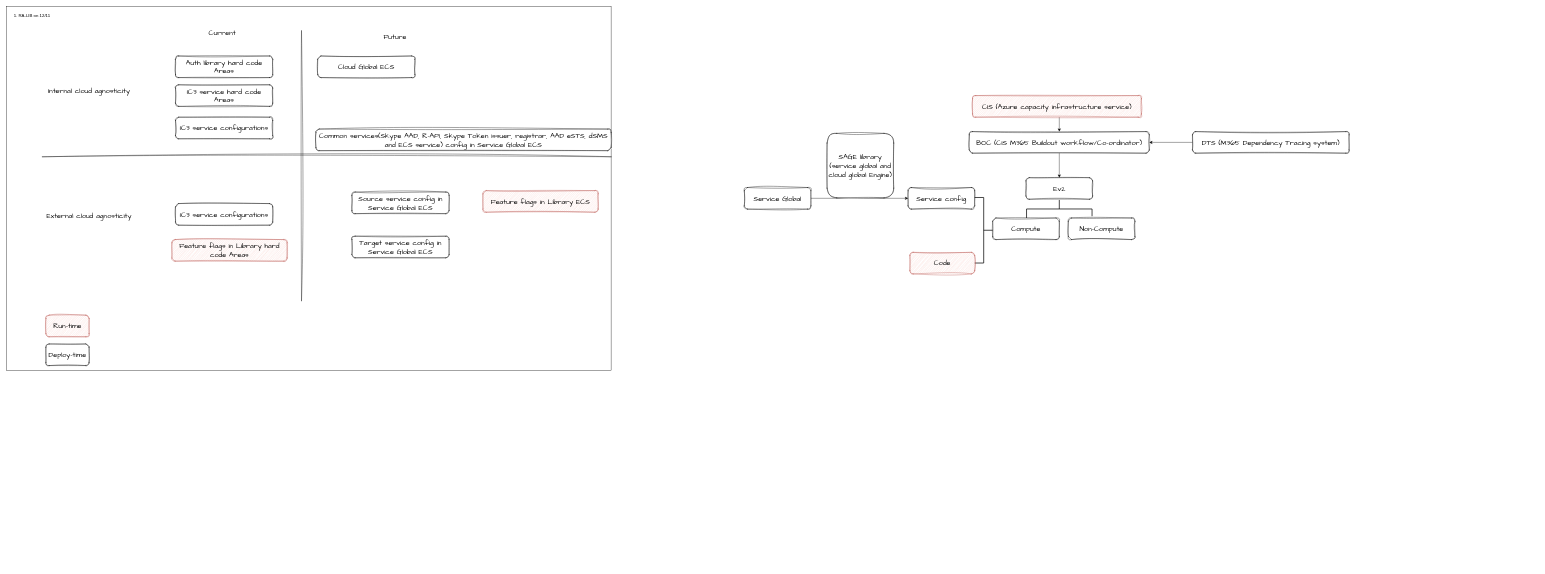
Before: page "RA-LIB Overview" (7 of 11) of buildout.drawio in nonly/timewheel, a draw.io diagram. Source tidied: cells renumbered, new cells numbered last; positions are measured from the earlier drawing's top-left corner, leaving out a move shared by most shapes. Both pictures are drawn from the tidied source at 36%, with x=0, y=0 at pixel (6, 6).
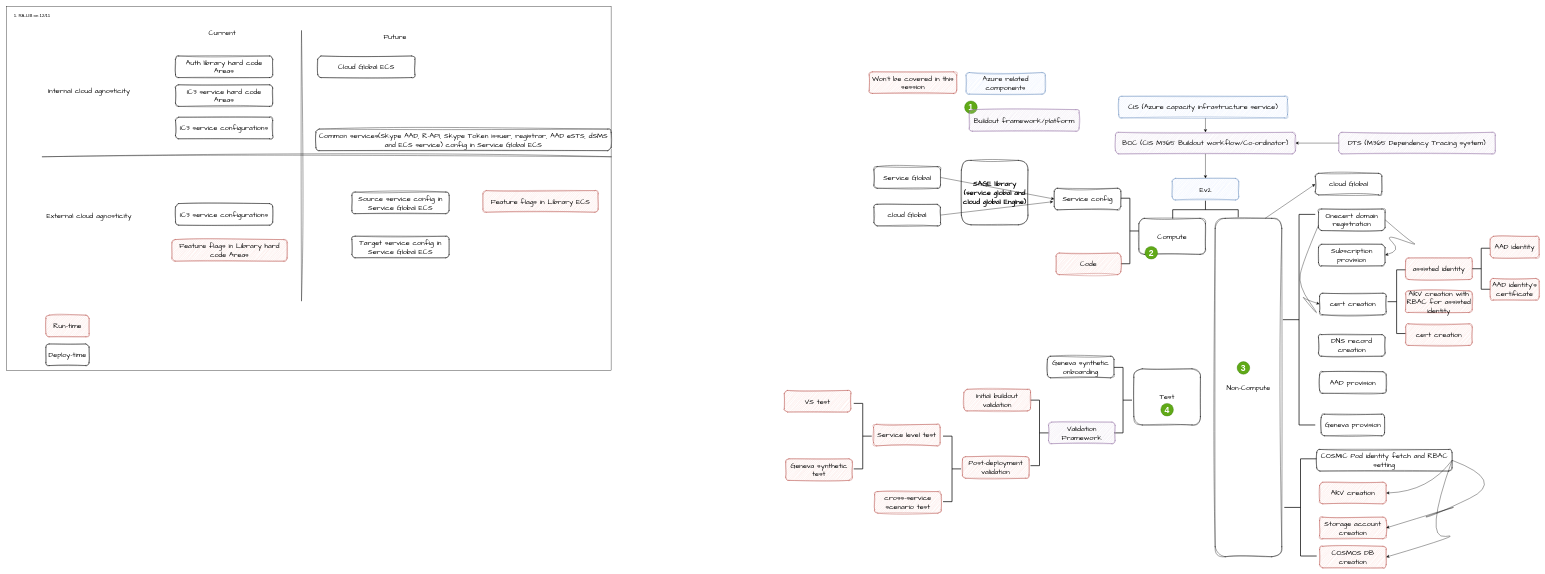
After the change.

Change to the diagram source:
```diff
@@
+    <mxCell id="36" value="&lt;b&gt;SAGE library (service global and cloud global Engine)&lt;/b&gt;" style="rounded=1;whiteSpace=wrap;html=1;sketch=1;hachureGap=4;jiggle=2;curveFitting=1;fontFamily=Architects Daughter;fontSize=20;" parent="1" vertex="1">
+      <mxGeometry x="2653" y="428" width="185" height="179" as="geometry" />
+    </mxCell>
@@
-    <mxCell id="22" value="BOC (CIS M365 Buildout workflow/Co-ordinator)" style="rounded=1;whiteSpace=wrap;html=1;sketch=1;hachureGap=4;jiggle=2;curveFitting=1;fontFamily=Architects Daughter;fontSize=20;" parent="1" vertex="1">
-      <mxGeometry x="2675" y="348" width="500" height="60" as="geometry" />
+    <mxCell id="22" value="BOC (CIS M365 Buildout workflow/Co-ordinator)" style="rounded=1;whiteSpace=wrap;html=1;sketch=1;hachureGap=4;jiggle=2;curveFitting=1;fontFamily=Architects Daughter;fontSize=20;fillColor=#e1d5e7;strokeColor=#9673a6;" parent="1" vertex="1">
+      <mxGeometry x="3081" y="350" width="500" height="60" as="geometry" />
     </mxCell>
     <mxCell id="23" style="endArrow=classic;html=1;rounded=0;exitX=0.5;exitY=1;exitDx=0;exitDy=0;entryX=0.5;entryY=0;entryDx=0;entryDy=0;" parent="1" edge="1" target="22">
       <mxGeometry relative="1" as="geometry">
-        <mxPoint x="2925" y="308" as="sourcePoint" />
+        <mxPoint x="3331" y="310" as="sourcePoint" />
       </mxGeometry>
     </mxCell>
-    <mxCell id="24" value="DTS (M365 Dependency Tracing system)" style="rounded=1;whiteSpace=wrap;html=1;sketch=1;hachureGap=4;jiggle=2;curveFitting=1;fontFamily=Architects Daughter;fontSize=20;" parent="1" vertex="1">
-      <mxGeometry x="3295" y="348" width="435" height="60" as="geometry" />
+    <mxCell id="24" value="DTS (M365 Dependency Tracing system)" style="rounded=1;whiteSpace=wrap;html=1;sketch=1;hachureGap=4;jiggle=2;curveFitting=1;fontFamily=Architects Daughter;fontSize=20;fillColor=#e1d5e7;strokeColor=#9673a6;" parent="1" vertex="1">
+      <mxGeometry x="3701" y="350" width="435" height="60" as="geometry" />
     </mxCell>
@@
-    <mxCell id="26" value="Ev2" style="rounded=1;whiteSpace=wrap;html=1;sketch=1;hachureGap=4;jiggle=2;curveFitting=1;fontFamily=Architects Daughter;fontSize=20;" parent="1" vertex="1">
-      <mxGeometry x="2832.5" y="476" width="185" height="60" as="geometry" />
+    <mxCell id="26" value="Ev2" style="rounded=1;whiteSpace=wrap;html=1;sketch=1;hachureGap=4;jiggle=2;curveFitting=1;fontFamily=Architects Daughter;fontSize=20;fillColor=#dae8fc;strokeColor=#6c8ebf;" parent="1" vertex="1">
+      <mxGeometry x="3238.5" y="478" width="185" height="60" as="geometry" />
     </mxCell>
@@
     <mxCell id="28" style="strokeWidth=2;html=1;shape=mxgraph.flowchart.annotation_2;align=left;labelPosition=right;rotation=90;" parent="1" vertex="1">
-      <mxGeometry x="2900" y="472" width="50" height="182" as="geometry" />
+      <mxGeometry x="3306" y="474" width="50" height="182" as="geometry" />
     </mxCell>
     <mxCell id="29" value="Compute" style="rounded=1;whiteSpace=wrap;html=1;sketch=1;hachureGap=4;jiggle=2;curveFitting=1;fontFamily=Architects Daughter;fontSize=20;" parent="1" vertex="1">
-      <mxGeometry x="2740" y="588" width="185" height="60" as="geometry" />
+      <mxGeometry x="3146" y="589" width="185" height="100" as="geometry" />
     </mxCell>
     <mxCell id="30" value="Non-Compute" style="rounded=1;whiteSpace=wrap;html=1;sketch=1;hachureGap=4;jiggle=2;curveFitting=1;fontFamily=Architects Daughter;fontSize=20;" parent="1" vertex="1">
-      <mxGeometry x="2950" y="588" width="185" height="60" as="geometry" />
+      <mxGeometry x="3358" y="589" width="185" height="940" as="geometry" />
     </mxCell>
     <mxCell id="31" value="Service config" style="rounded=1;whiteSpace=wrap;html=1;sketch=1;hachureGap=4;jiggle=2;curveFitting=1;fontFamily=Architects Daughter;fontSize=20;" parent="1" vertex="1">
-      <mxGeometry x="2505" y="503.4" width="185" height="60" as="geometry" />
+      <mxGeometry x="2911" y="505.4" width="185" height="60" as="geometry" />
     </mxCell>
     <mxCell id="32" style="strokeWidth=2;html=1;shape=mxgraph.flowchart.annotation_2;align=left;labelPosition=right;rotation=-180;" parent="1" vertex="1">
-      <mxGeometry x="2690" y="531.1" width="50" height="182" as="geometry" />
+      <mxGeometry x="3096" y="533.1" width="50" height="182" as="geometry" />
     </mxCell>
     <mxCell id="33" value="Code" style="rounded=1;whiteSpace=wrap;html=1;sketch=1;hachureGap=4;jiggle=2;curveFitting=1;fontFamily=Architects Daughter;fontSize=20;fillColor=#f8cecc;strokeColor=#b85450;" parent="1" vertex="1">
-      <mxGeometry x="2510" y="683.4" width="180" height="60" as="geometry" />
+      <mxGeometry x="2916" y="685.4" width="180" height="60" as="geometry" />
     </mxCell>
     <mxCell id="34" value="Service Global" style="rounded=1;whiteSpace=wrap;html=1;sketch=1;hachureGap=4;jiggle=2;curveFitting=1;fontFamily=Architects Daughter;fontSize=20;" parent="1" vertex="1">
-      <mxGeometry x="2050" y="503.4" width="185" height="60" as="geometry" />
+      <mxGeometry x="2410" y="445.4" width="185" height="60" as="geometry" />
     </mxCell>
@@
-    <mxCell id="36" value="SAGE library (service global and cloud global Engine)" style="rounded=1;whiteSpace=wrap;html=1;sketch=1;hachureGap=4;jiggle=2;curveFitting=1;fontFamily=Architects Daughter;fontSize=20;" parent="1" vertex="1">
-      <mxGeometry x="2280" y="353" width="185" height="179" as="geometry" />
-    </mxCell>
-    <mxCell id="37" value="CIS (Azure capacity infrastructure service)" style="rounded=1;whiteSpace=wrap;html=1;sketch=1;hachureGap=4;jiggle=2;curveFitting=1;fontFamily=Architects Daughter;fontSize=20;fillColor=#f8cecc;strokeColor=#b85450;" parent="1" vertex="1">
-      <mxGeometry x="2684" y="248" width="469" height="60" as="geometry" />
+    <mxCell id="37" value="CIS (Azure capacity infrastructure service)" style="rounded=1;whiteSpace=wrap;html=1;sketch=1;hachureGap=4;jiggle=2;curveFitting=1;fontFamily=Architects Daughter;fontSize=20;fillColor=#dae8fc;strokeColor=#6c8ebf;" parent="1" vertex="1">
+      <mxGeometry x="3090" y="250" width="469" height="60" as="geometry" />
     </mxCell>
+    <mxCell id="38" value="cloud Global" style="rounded=1;whiteSpace=wrap;html=1;sketch=1;hachureGap=4;jiggle=2;curveFitting=1;fontFamily=Architects Daughter;fontSize=20;" parent="1" vertex="1">
+      <mxGeometry x="2410" y="550" width="185" height="60" as="geometry" />
+    </mxCell>
+    <mxCell id="39" style="endArrow=classic;html=1;rounded=0;exitX=1;exitY=0.5;exitDx=0;exitDy=0;entryX=-0.016;entryY=0.621;entryDx=0;entryDy=0;entryPerimeter=0;" parent="1" edge="1" source="38" target="31">
+      <mxGeometry relative="1" as="geometry" />
+    </mxCell>
+    <mxCell id="40" value="Onecert domain registration" style="rounded=1;whiteSpace=wrap;html=1;sketch=1;hachureGap=4;jiggle=2;curveFitting=1;fontFamily=Architects Daughter;fontSize=20;" parent="1" vertex="1">
+      <mxGeometry x="3645" y="563" width="185" height="60" as="geometry" />
+    </mxCell>
+    <mxCell id="41" value="Subscription provision" style="rounded=1;whiteSpace=wrap;html=1;sketch=1;hachureGap=4;jiggle=2;curveFitting=1;fontFamily=Architects Daughter;fontSize=20;" parent="1" vertex="1">
+      <mxGeometry x="3645" y="661" width="185" height="60" as="geometry" />
+    </mxCell>
+    <mxCell id="42" value="cert creation" style="rounded=1;whiteSpace=wrap;html=1;sketch=1;hachureGap=4;jiggle=2;curveFitting=1;fontFamily=Architects Daughter;fontSize=20;" parent="1" vertex="1">
+      <mxGeometry x="3648" y="797" width="185" height="60" as="geometry" />
+    </mxCell>
+    <mxCell id="43" style="curved=1;endArrow=classic;html=1;rounded=0;exitX=1;exitY=0.5;exitDx=0;exitDy=0;entryX=1;entryY=0.5;entryDx=0;entryDy=0;" parent="1" edge="1" source="40" target="41">
+      <mxGeometry relative="1" as="geometry">
+        <Array as="points">
+          <mxPoint x="3893" y="648" />
+          <mxPoint x="3925" y="667" />
+          <mxPoint x="3825" y="631" />
+          <mxPoint x="3875" y="679" />
+        </Array>
+      </mxGeometry>
+    </mxCell>
+    <mxCell id="44" style="curved=1;endArrow=classic;html=1;rounded=0;exitX=0;exitY=0.75;exitDx=0;exitDy=0;entryX=0;entryY=0.5;entryDx=0;entryDy=0;" parent="1" edge="1" source="40" target="42">
+      <mxGeometry relative="1" as="geometry">
+        <Array as="points">
+          <mxPoint x="3601" y="711" />
+          <mxPoint x="3588" y="776" />
+          <mxPoint x="3655" y="871" />
+          <mxPoint x="3597" y="803" />
+          <mxPoint x="3610" y="815" />
+        </Array>
+      </mxGeometry>
+    </mxCell>
+    <mxCell id="45" style="strokeWidth=2;html=1;shape=mxgraph.flowchart.annotation_2;align=left;labelPosition=right;rotation=0;" parent="1" vertex="1">
+      <mxGeometry x="3837" y="732" width="50" height="177" as="geometry" />
+    </mxCell>
+    <mxCell id="46" value="assisted identity" style="rounded=1;whiteSpace=wrap;html=1;sketch=1;hachureGap=4;jiggle=2;curveFitting=1;fontFamily=Architects Daughter;fontSize=20;fillColor=#f8cecc;strokeColor=#b85450;" parent="1" vertex="1">
+      <mxGeometry x="3887" y="699" width="185" height="60" as="geometry" />
+    </mxCell>
+    <mxCell id="47" style="strokeWidth=2;html=1;shape=mxgraph.flowchart.annotation_2;align=left;labelPosition=right;rotation=0;" parent="1" vertex="1">
+      <mxGeometry x="4072" y="672" width="50" height="114" as="geometry" />
+    </mxCell>
+    <mxCell id="48" value="AAD identity" style="rounded=1;whiteSpace=wrap;html=1;sketch=1;hachureGap=4;jiggle=2;curveFitting=1;fontFamily=Architects Daughter;fontSize=20;fillColor=#f8cecc;strokeColor=#b85450;" parent="1" vertex="1">
+      <mxGeometry x="4122" y="639" width="136" height="60" as="geometry" />
+    </mxCell>
+    <mxCell id="49" value="AAD identity's certificate" style="rounded=1;whiteSpace=wrap;html=1;sketch=1;hachureGap=4;jiggle=2;curveFitting=1;fontFamily=Architects Daughter;fontSize=20;fillColor=#f8cecc;strokeColor=#b85450;" parent="1" vertex="1">
+      <mxGeometry x="4122" y="756" width="136" height="60" as="geometry" />
+    </mxCell>
+    <mxCell id="50" value="AKV creation with RBAC for assisted identity" style="rounded=1;whiteSpace=wrap;html=1;sketch=1;hachureGap=4;jiggle=2;curveFitting=1;fontFamily=Architects Daughter;fontSize=20;fillColor=#f8cecc;strokeColor=#b85450;" parent="1" vertex="1">
+      <mxGeometry x="3887" y="790.5" width="185" height="60" as="geometry" />
+    </mxCell>
+    <mxCell id="51" value="cert creation" style="rounded=1;whiteSpace=wrap;html=1;sketch=1;hachureGap=4;jiggle=2;curveFitting=1;fontFamily=Architects Daughter;fontSize=20;fillColor=#f8cecc;strokeColor=#b85450;" parent="1" vertex="1">
+      <mxGeometry x="3887" y="882" width="185" height="60" as="geometry" />
+    </mxCell>
+    <mxCell id="52" value="DNS record creation" style="rounded=1;whiteSpace=wrap;html=1;sketch=1;hachureGap=4;jiggle=2;curveFitting=1;fontFamily=Architects Daughter;fontSize=20;" parent="1" vertex="1">
+      <mxGeometry x="3645" y="912" width="185" height="60" as="geometry" />
+    </mxCell>
+    <mxCell id="53" value="AAD provision" style="rounded=1;whiteSpace=wrap;html=1;sketch=1;hachureGap=4;jiggle=2;curveFitting=1;fontFamily=Architects Daughter;fontSize=20;" parent="1" vertex="1">
+      <mxGeometry x="3648" y="1015" width="185" height="60" as="geometry" />
+    </mxCell>
+    <mxCell id="54" value="Geneva provision" style="rounded=1;whiteSpace=wrap;html=1;sketch=1;hachureGap=4;jiggle=2;curveFitting=1;fontFamily=Architects Daughter;fontSize=20;" parent="1" vertex="1">
+      <mxGeometry x="3652.5" y="1133" width="176" height="60" as="geometry" />
+    </mxCell>
+    <mxCell id="55" style="strokeWidth=2;html=1;shape=mxgraph.flowchart.annotation_2;align=left;labelPosition=right;" parent="1" vertex="1">
+      <mxGeometry x="3546" y="578" width="90" height="585" as="geometry" />
+    </mxCell>
+    <mxCell id="56" style="strokeWidth=2;html=1;shape=mxgraph.flowchart.annotation_2;align=left;labelPosition=right;" parent="1" vertex="1">
+      <mxGeometry x="3550" y="1257" width="90" height="270" as="geometry" />
+    </mxCell>
+    <mxCell id="57" value="COSMOS DB creation" style="rounded=1;whiteSpace=wrap;html=1;sketch=1;hachureGap=4;jiggle=2;curveFitting=1;fontFamily=Architects Daughter;fontSize=20;fillColor=#f8cecc;strokeColor=#b85450;" parent="1" vertex="1">
+      <mxGeometry x="3648" y="1500" width="185" height="60" as="geometry" />
+    </mxCell>
+    <mxCell id="58" value="Storage account creation" style="rounded=1;whiteSpace=wrap;html=1;sketch=1;hachureGap=4;jiggle=2;curveFitting=1;fontFamily=Architects Daughter;fontSize=20;fillColor=#f8cecc;strokeColor=#b85450;" parent="1" vertex="1">
+      <mxGeometry x="3648" y="1419" width="185" height="60" as="geometry" />
+    </mxCell>
+    <mxCell id="59" value="COSMIC Pod identity fetch and RBAC setting" style="rounded=1;whiteSpace=wrap;html=1;sketch=1;hachureGap=4;jiggle=2;curveFitting=1;fontFamily=Architects Daughter;fontSize=20;" parent="1" vertex="1">
+      <mxGeometry x="3640" y="1231" width="376" height="60" as="geometry" />
+    </mxCell>
+    <mxCell id="60" value="AKV creation" style="rounded=1;whiteSpace=wrap;html=1;sketch=1;hachureGap=4;jiggle=2;curveFitting=1;fontFamily=Architects Daughter;fontSize=20;fillColor=#f8cecc;strokeColor=#b85450;" parent="1" vertex="1">
+      <mxGeometry x="3648" y="1322" width="185" height="60" as="geometry" />
+    </mxCell>
+    <mxCell id="61" style="curved=1;endArrow=classic;html=1;rounded=0;exitX=1;exitY=0.5;exitDx=0;exitDy=0;entryX=1;entryY=0.5;entryDx=0;entryDy=0;" parent="1" edge="1" source="59" target="60">
+      <mxGeometry relative="1" as="geometry">
+        <Array as="points">
+          <mxPoint x="3951" y="1348" />
+        </Array>
+      </mxGeometry>
+    </mxCell>
+    <mxCell id="62" style="curved=1;endArrow=classic;html=1;rounded=0;exitX=1;exitY=0.5;exitDx=0;exitDy=0;entryX=1;entryY=0.5;entryDx=0;entryDy=0;" parent="1" edge="1" source="59" target="58">
+      <mxGeometry relative="1" as="geometry">
+        <Array as="points">
+          <mxPoint x="4167" y="1318" />
+          <mxPoint x="3962" y="1416" />
+          <mxPoint x="3930" y="1421" />
+          <mxPoint x="4076" y="1374" />
+        </Array>
+      </mxGeometry>
+    </mxCell>
+    <mxCell id="63" style="curved=1;endArrow=classic;html=1;rounded=0;exitX=1;exitY=0.5;exitDx=0;exitDy=0;entryX=1;entryY=0.5;entryDx=0;entryDy=0;" parent="1" edge="1" source="59" target="57">
+      <mxGeometry relative="1" as="geometry">
+        <Array as="points">
+          <mxPoint x="3937" y="1482" />
+          <mxPoint x="4059" y="1463" />
+        </Array>
+      </mxGeometry>
+    </mxCell>
+    <mxCell id="64" value="Test" style="rounded=1;whiteSpace=wrap;html=1;sketch=1;hachureGap=4;jiggle=2;curveFitting=1;fontFamily=Architects Daughter;fontSize=20;" parent="1" vertex="1">
+      <mxGeometry x="3132" y="1007" width="185" height="156" as="geometry" />
+    </mxCell>
+    <mxCell id="65" style="strokeWidth=2;html=1;shape=mxgraph.flowchart.annotation_2;align=left;labelPosition=right;rotation=-180;" parent="1" vertex="1">
+      <mxGeometry x="3077" y="1003" width="50" height="182" as="geometry" />
+    </mxCell>
+    <mxCell id="66" value="Geneva synthetic onboarding" style="rounded=1;whiteSpace=wrap;html=1;sketch=1;hachureGap=4;jiggle=2;curveFitting=1;fontFamily=Architects Daughter;fontSize=20;" parent="1" vertex="1">
+      <mxGeometry x="2892" y="972" width="185" height="60" as="geometry" />
+    </mxCell>
+    <mxCell id="67" value="Validation Framework" style="rounded=1;whiteSpace=wrap;html=1;sketch=1;hachureGap=4;jiggle=2;curveFitting=1;fontFamily=Architects Daughter;fontSize=20;fillColor=#e1d5e7;strokeColor=#9673a6;" parent="1" vertex="1">
+      <mxGeometry x="2895" y="1155" width="185" height="60" as="geometry" />
+    </mxCell>
+    <mxCell id="68" style="strokeWidth=2;html=1;shape=mxgraph.flowchart.annotation_2;align=left;labelPosition=right;rotation=-180;" parent="1" vertex="1">
+      <mxGeometry x="2845" y="1094" width="50" height="182" as="geometry" />
+    </mxCell>
+    <mxCell id="69" value="Initial buildout validation" style="rounded=1;whiteSpace=wrap;html=1;sketch=1;hachureGap=4;jiggle=2;curveFitting=1;fontFamily=Architects Daughter;fontSize=20;fillColor=#f8cecc;strokeColor=#b85450;" parent="1" vertex="1">
+      <mxGeometry x="2660" y="1064" width="185" height="60" as="geometry" />
+    </mxCell>
+    <mxCell id="70" value="Service level test" style="rounded=1;whiteSpace=wrap;html=1;sketch=1;hachureGap=4;jiggle=2;curveFitting=1;fontFamily=Architects Daughter;fontSize=20;fillColor=#f8cecc;strokeColor=#b85450;" parent="1" vertex="1">
+      <mxGeometry x="2409" y="1161" width="185" height="60" as="geometry" />
+    </mxCell>
+    <mxCell id="71" value="Post-deployment validation" style="rounded=1;whiteSpace=wrap;html=1;sketch=1;hachureGap=4;jiggle=2;curveFitting=1;fontFamily=Architects Daughter;fontSize=20;fillColor=#f8cecc;strokeColor=#b85450;" parent="1" vertex="1">
+      <mxGeometry x="2656" y="1251" width="185" height="60" as="geometry" />
+    </mxCell>
+    <mxCell id="72" style="strokeWidth=2;html=1;shape=mxgraph.flowchart.annotation_2;align=left;labelPosition=right;rotation=-180;" parent="1" vertex="1">
+      <mxGeometry x="2602" y="1194" width="50" height="182" as="geometry" />
+    </mxCell>
+    <mxCell id="73" value="cross-service scenario test" style="rounded=1;whiteSpace=wrap;html=1;sketch=1;hachureGap=4;jiggle=2;curveFitting=1;fontFamily=Architects Daughter;fontSize=20;fillColor=#f8cecc;strokeColor=#b85450;" parent="1" vertex="1">
+      <mxGeometry x="2412" y="1348" width="185" height="60" as="geometry" />
+    </mxCell>
+    <mxCell id="74" style="strokeWidth=2;html=1;shape=mxgraph.flowchart.annotation_2;align=left;labelPosition=right;rotation=-180;" parent="1" vertex="1">
+      <mxGeometry x="2354" y="1103" width="50" height="182" as="geometry" />
+    </mxCell>
+    <mxCell id="75" value="VS test" style="rounded=1;whiteSpace=wrap;html=1;sketch=1;hachureGap=4;jiggle=2;curveFitting=1;fontFamily=Architects Daughter;fontSize=20;fillColor=#f8cecc;strokeColor=#b85450;" parent="1" vertex="1">
+      <mxGeometry x="2161" y="1067" width="185" height="60" as="geometry" />
+    </mxCell>
+    <mxCell id="76" value="Geneva synthetic test" style="rounded=1;whiteSpace=wrap;html=1;sketch=1;hachureGap=4;jiggle=2;curveFitting=1;fontFamily=Architects Daughter;fontSize=20;fillColor=#f8cecc;strokeColor=#b85450;" parent="1" vertex="1">
+      <mxGeometry x="2165" y="1257" width="185" height="60" as="geometry" />
+    </mxCell>
+    <mxCell id="77" value="&lt;font size=&quot;1&quot; style=&quot;&quot;&gt;&lt;b style=&quot;font-size: 24px;&quot;&gt;2&lt;/b&gt;&lt;/font&gt;" style="ellipse;whiteSpace=wrap;html=1;strokeWidth=1;fillColor=#60a917;fontColor=#ffffff;strokeColor=#2D7600;" parent="1" vertex="1">
+      <mxGeometry x="3163" y="667" width="35" height="35" as="geometry" />
+    </mxCell>
+    <mxCell id="78" value="&lt;font size=&quot;1&quot; style=&quot;&quot;&gt;&lt;b style=&quot;font-size: 24px;&quot;&gt;3&lt;/b&gt;&lt;/font&gt;" style="ellipse;whiteSpace=wrap;html=1;strokeWidth=1;fillColor=#60a917;fontColor=#ffffff;strokeColor=#2D7600;" parent="1" vertex="1">
+      <mxGeometry x="3419" y="987" width="35" height="35" as="geometry" />
+    </mxCell>
+    <mxCell id="79" value="&lt;font size=&quot;1&quot; style=&quot;&quot;&gt;&lt;b style=&quot;font-size: 24px;&quot;&gt;4&lt;/b&gt;&lt;/font&gt;" style="ellipse;whiteSpace=wrap;html=1;strokeWidth=1;fillColor=#60a917;fontColor=#ffffff;strokeColor=#2D7600;" parent="1" vertex="1">
+      <mxGeometry x="3207" y="1103" width="35" height="35" as="geometry" />
+    </mxCell>
+    <mxCell id="80" value="cloud Global" style="rounded=1;whiteSpace=wrap;html=1;sketch=1;hachureGap=4;jiggle=2;curveFitting=1;fontFamily=Architects Daughter;fontSize=20;" parent="1" vertex="1">
+      <mxGeometry x="3636" y="464" width="185" height="60" as="geometry" />
+    </mxCell>
+    <mxCell id="81" style="endArrow=classic;html=1;rounded=0;exitX=0.75;exitY=0;exitDx=0;exitDy=0;entryX=0;entryY=0.5;entryDx=0;entryDy=0;" parent="1" edge="1" source="30" target="80">
+      <mxGeometry relative="1" as="geometry" />
+    </mxCell>
+    <mxCell id="82" value="&lt;font size=&quot;1&quot; style=&quot;&quot;&gt;&lt;b style=&quot;font-size: 24px;&quot;&gt;1&lt;/b&gt;&lt;/font&gt;" style="ellipse;whiteSpace=wrap;html=1;strokeWidth=1;fillColor=#60a917;fontColor=#ffffff;strokeColor=#2D7600;" parent="1" vertex="1">
+      <mxGeometry x="2662" y="263" width="35" height="35" as="geometry" />
+    </mxCell>
+    <mxCell id="83" value="Buildout framework/platform" style="rounded=1;whiteSpace=wrap;html=1;sketch=1;hachureGap=4;jiggle=2;curveFitting=1;fontFamily=Architects Daughter;fontSize=20;fillColor=#e1d5e7;strokeColor=#9673a6;" parent="1" vertex="1">
+      <mxGeometry x="2675" y="287" width="305" height="60" as="geometry" />
+    </mxCell>
+    <mxCell id="84" value="Azure related components" style="rounded=1;whiteSpace=wrap;html=1;sketch=1;hachureGap=4;jiggle=2;curveFitting=1;fontFamily=Architects Daughter;fontSize=20;fillColor=#dae8fc;strokeColor=#6c8ebf;" parent="1" vertex="1">
+      <mxGeometry x="2666" y="184" width="220" height="60" as="geometry" />
+    </mxCell>
+    <mxCell id="85" value="Won't be covered in this session" style="rounded=1;whiteSpace=wrap;html=1;sketch=1;hachureGap=4;jiggle=2;curveFitting=1;fontFamily=Architects Daughter;fontSize=20;fillColor=#f8cecc;strokeColor=#b85450;" parent="1" vertex="1">
+      <mxGeometry x="2397" y="182" width="243" height="60" as="geometry" />
+    </mxCell>
```
